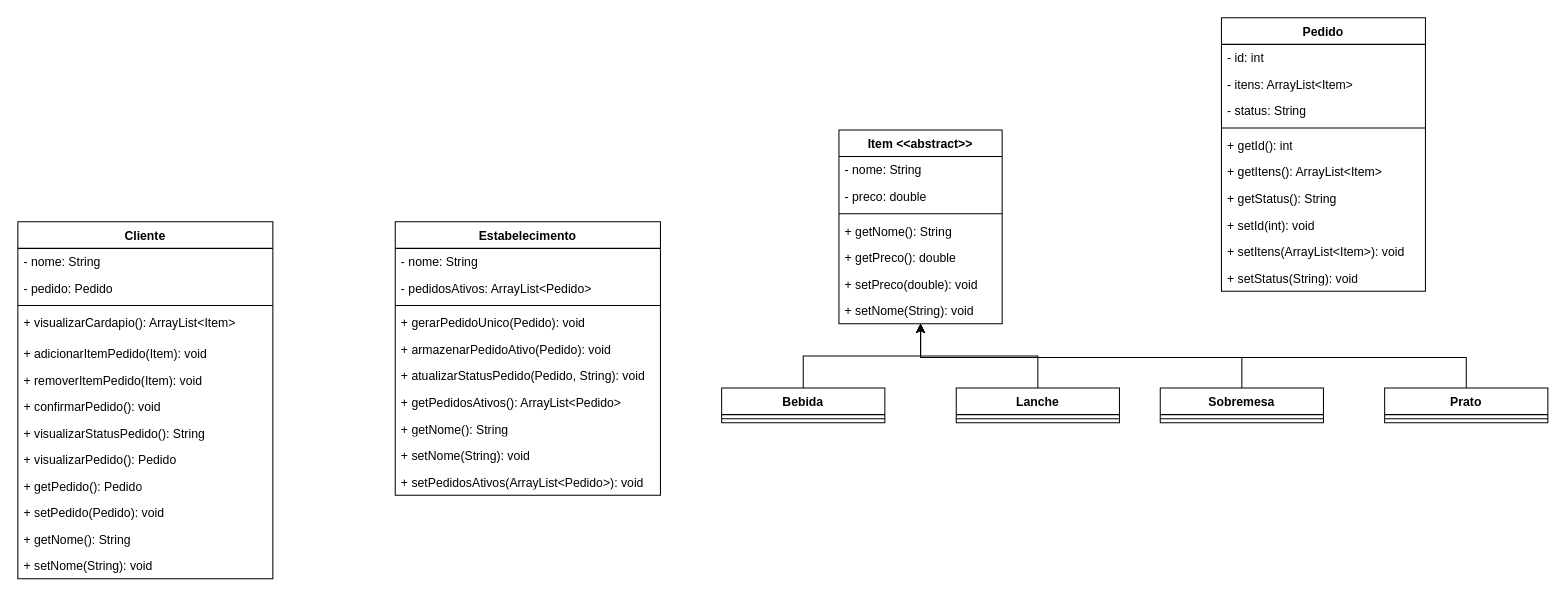
The draw.io diagram Diagrama de classes.drawio in Pedro-HK/trabalho-final-programacao1, before the edit. Source tidied: cells renumbered, new cells numbered last; positions are measured from the earlier drawing's top-left corner, leaving out a move shared by most shapes. Both pictures are drawn from the tidied source at 102%, with x=0, y=0 at pixel (17, 17).
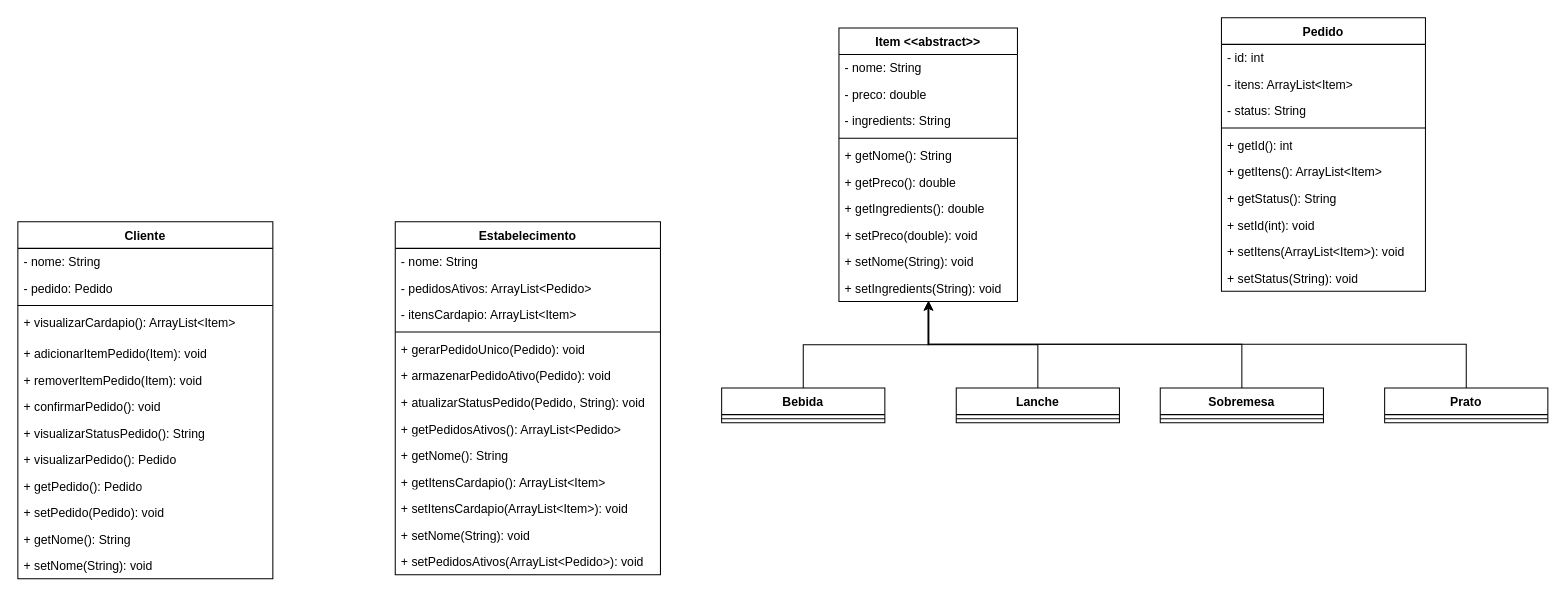
The same page after the edit.

Unchanged cells that the change refers to:
```xml
<mxCell id="53" value="Sobremesa" style="swimlane;fontStyle=1;align=center;verticalAlign=top;horizontal=1;startSize=26;whiteSpace=wrap;html=1;" parent="1" vertex="1">
  <mxGeometry x="1120" y="363" width="160" height="34" as="geometry" />
</mxCell>
<mxCell id="56" value="Prato" style="swimlane;fontStyle=1;align=center;verticalAlign=top;horizontal=1;startSize=26;whiteSpace=wrap;html=1;" parent="1" vertex="1">
  <mxGeometry x="1340" y="363" width="160" height="34" as="geometry" />
</mxCell>
```

The edit, as a diff of the source:
```diff
@@
     <mxCell id="16" value="Estabelecimento" style="swimlane;fontStyle=1;align=center;verticalAlign=top;horizontal=1;startSize=26;whiteSpace=wrap;html=1;" parent="1" vertex="1">
-      <mxGeometry x="370" y="200" width="260" height="268" as="geometry" />
+      <mxGeometry x="370" y="200" width="260" height="346" as="geometry" />
     </mxCell>
@@
+    <mxCell id="58" value="- itensCardapio: ArrayList&amp;lt;Item&amp;gt;" style="text;strokeColor=none;fillColor=none;align=left;verticalAlign=top;spacingLeft=4;spacingRight=4;overflow=hidden;whiteSpace=wrap;html=1;" parent="16" vertex="1">
+      <mxGeometry y="78" width="260" height="26" as="geometry" />
+    </mxCell>
     <mxCell id="19" style="line;strokeWidth=1;fillColor=none;align=left;verticalAlign=middle;spacingTop=-1;spacingLeft=3;spacingRight=3;labelPosition=right;strokeColor=inherit;" parent="16" vertex="1">
-      <mxGeometry y="78" width="260" height="8" as="geometry" />
+      <mxGeometry y="104" width="260" height="8" as="geometry" />
     </mxCell>
     <mxCell id="20" value="+ gerarPedidoUnico(Pedido): void" style="text;strokeColor=none;fillColor=none;align=left;verticalAlign=top;spacingLeft=4;spacingRight=4;overflow=hidden;whiteSpace=wrap;html=1;" parent="16" vertex="1">
-      <mxGeometry y="86" width="260" height="26" as="geometry" />
+      <mxGeometry y="112" width="260" height="26" as="geometry" />
     </mxCell>
     <mxCell id="21" value="+ armazenarPedidoAtivo(Pedido): void" style="text;strokeColor=none;fillColor=none;align=left;verticalAlign=top;spacingLeft=4;spacingRight=4;overflow=hidden;whiteSpace=wrap;html=1;" parent="16" vertex="1">
-      <mxGeometry y="112" width="260" height="26" as="geometry" />
+      <mxGeometry y="138" width="260" height="26" as="geometry" />
     </mxCell>
     <mxCell id="22" value="+ atualizarStatusPedido(Pedido, String): void" style="text;strokeColor=none;fillColor=none;align=left;verticalAlign=top;spacingLeft=4;spacingRight=4;overflow=hidden;whiteSpace=wrap;html=1;" parent="16" vertex="1">
-      <mxGeometry y="138" width="260" height="26" as="geometry" />
+      <mxGeometry y="164" width="260" height="26" as="geometry" />
     </mxCell>
     <mxCell id="23" value="+ getPedidosAtivos(): ArrayList&amp;lt;Pedido&amp;gt;" style="text;strokeColor=none;fillColor=none;align=left;verticalAlign=top;spacingLeft=4;spacingRight=4;overflow=hidden;whiteSpace=wrap;html=1;" parent="16" vertex="1">
-      <mxGeometry y="164" width="260" height="26" as="geometry" />
+      <mxGeometry y="190" width="260" height="26" as="geometry" />
     </mxCell>
+    <mxCell id="59" value="+ getNome(): String" style="text;strokeColor=none;fillColor=none;align=left;verticalAlign=top;spacingLeft=4;spacingRight=4;overflow=hidden;whiteSpace=wrap;html=1;" parent="16" vertex="1">
+      <mxGeometry y="216" width="260" height="26" as="geometry" />
+    </mxCell>
+    <mxCell id="60" value="+ getItensCardapio(): ArrayList&amp;lt;Item&amp;gt;" style="text;strokeColor=none;fillColor=none;align=left;verticalAlign=top;spacingLeft=4;spacingRight=4;overflow=hidden;whiteSpace=wrap;html=1;" parent="16" vertex="1">
+      <mxGeometry y="242" width="260" height="26" as="geometry" />
+    </mxCell>
-    <mxCell id="24" value="+ getNome(): String" style="text;strokeColor=none;fillColor=none;align=left;verticalAlign=top;spacingLeft=4;spacingRight=4;overflow=hidden;whiteSpace=wrap;html=1;" parent="16" vertex="1">
-      <mxGeometry y="190" width="260" height="26" as="geometry" />
+    <mxCell id="24" value="+ setItensCardapio(ArrayList&amp;lt;Item&amp;gt;): void" style="text;strokeColor=none;fillColor=none;align=left;verticalAlign=top;spacingLeft=4;spacingRight=4;overflow=hidden;whiteSpace=wrap;html=1;" parent="16" vertex="1">
+      <mxGeometry y="268" width="260" height="26" as="geometry" />
     </mxCell>
     <mxCell id="25" value="+ setNome(String): void" style="text;strokeColor=none;fillColor=none;align=left;verticalAlign=top;spacingLeft=4;spacingRight=4;overflow=hidden;whiteSpace=wrap;html=1;" parent="16" vertex="1">
-      <mxGeometry y="216" width="260" height="26" as="geometry" />
+      <mxGeometry y="294" width="260" height="26" as="geometry" />
     </mxCell>
     <mxCell id="26" value="+ setPedidosAtivos(ArrayList&amp;lt;Pedido&amp;gt;): void" style="text;strokeColor=none;fillColor=none;align=left;verticalAlign=top;spacingLeft=4;spacingRight=4;overflow=hidden;whiteSpace=wrap;html=1;" parent="16" vertex="1">
-      <mxGeometry y="242" width="260" height="26" as="geometry" />
+      <mxGeometry y="320" width="260" height="26" as="geometry" />
     </mxCell>
     <mxCell id="27" value="Item &amp;lt;&amp;lt;abstract&amp;gt;&amp;gt;" style="swimlane;fontStyle=1;align=center;verticalAlign=top;horizontal=1;startSize=26;whiteSpace=wrap;html=1;" parent="1" vertex="1">
-      <mxGeometry x="805" y="110" width="160" height="190" as="geometry" />
+      <mxGeometry x="805" y="10" width="175" height="268" as="geometry" />
     </mxCell>
     <mxCell id="28" value="- nome: String" style="text;strokeColor=none;fillColor=none;align=left;verticalAlign=top;spacingLeft=4;spacingRight=4;overflow=hidden;whiteSpace=wrap;html=1;" parent="27" vertex="1">
-      <mxGeometry y="26" width="160" height="26" as="geometry" />
+      <mxGeometry y="26" width="175" height="26" as="geometry" />
     </mxCell>
     <mxCell id="29" value="- preco: double" style="text;strokeColor=none;fillColor=none;align=left;verticalAlign=top;spacingLeft=4;spacingRight=4;overflow=hidden;whiteSpace=wrap;html=1;" parent="27" vertex="1">
-      <mxGeometry y="52" width="160" height="26" as="geometry" />
+      <mxGeometry y="52" width="175" height="26" as="geometry" />
     </mxCell>
+    <mxCell id="61" value="- ingredients: String" style="text;strokeColor=none;fillColor=none;align=left;verticalAlign=top;spacingLeft=4;spacingRight=4;overflow=hidden;whiteSpace=wrap;html=1;" parent="27" vertex="1">
+      <mxGeometry y="78" width="175" height="26" as="geometry" />
+    </mxCell>
     <mxCell id="30" style="line;strokeWidth=1;fillColor=none;align=left;verticalAlign=middle;spacingTop=-1;spacingLeft=3;spacingRight=3;labelPosition=right;strokeColor=inherit;" parent="27" vertex="1">
-      <mxGeometry y="78" width="160" height="8" as="geometry" />
+      <mxGeometry y="104" width="175" height="8" as="geometry" />
     </mxCell>
     <mxCell id="31" value="+ getNome(): String" style="text;strokeColor=none;fillColor=none;align=left;verticalAlign=top;spacingLeft=4;spacingRight=4;overflow=hidden;whiteSpace=wrap;html=1;" parent="27" vertex="1">
-      <mxGeometry y="86" width="160" height="26" as="geometry" />
+      <mxGeometry y="112" width="175" height="26" as="geometry" />
     </mxCell>
+    <mxCell id="62" value="+ getPreco(): double" style="text;strokeColor=none;fillColor=none;align=left;verticalAlign=top;spacingLeft=4;spacingRight=4;overflow=hidden;whiteSpace=wrap;html=1;" parent="27" vertex="1">
+      <mxGeometry y="138" width="175" height="26" as="geometry" />
+    </mxCell>
-    <mxCell id="32" value="+ getPreco(): double" style="text;strokeColor=none;fillColor=none;align=left;verticalAlign=top;spacingLeft=4;spacingRight=4;overflow=hidden;whiteSpace=wrap;html=1;" parent="27" vertex="1">
-      <mxGeometry y="112" width="160" height="26" as="geometry" />
+    <mxCell id="32" value="+ getIngredients(): double" style="text;strokeColor=none;fillColor=none;align=left;verticalAlign=top;spacingLeft=4;spacingRight=4;overflow=hidden;whiteSpace=wrap;html=1;" parent="27" vertex="1">
+      <mxGeometry y="164" width="175" height="26" as="geometry" />
     </mxCell>
     <mxCell id="33" value="+ setPreco(double): void" style="text;strokeColor=none;fillColor=none;align=left;verticalAlign=top;spacingLeft=4;spacingRight=4;overflow=hidden;whiteSpace=wrap;html=1;" parent="27" vertex="1">
-      <mxGeometry y="138" width="160" height="26" as="geometry" />
+      <mxGeometry y="190" width="175" height="26" as="geometry" />
     </mxCell>
+    <mxCell id="63" value="+ setNome(String): void" style="text;strokeColor=none;fillColor=none;align=left;verticalAlign=top;spacingLeft=4;spacingRight=4;overflow=hidden;whiteSpace=wrap;html=1;" parent="27" vertex="1">
+      <mxGeometry y="216" width="175" height="26" as="geometry" />
+    </mxCell>
-    <mxCell id="34" value="+ setNome(String): void" style="text;strokeColor=none;fillColor=none;align=left;verticalAlign=top;spacingLeft=4;spacingRight=4;overflow=hidden;whiteSpace=wrap;html=1;" parent="27" vertex="1">
-      <mxGeometry y="164" width="160" height="26" as="geometry" />
+    <mxCell id="34" value="+ setIngredients(String): void" style="text;strokeColor=none;fillColor=none;align=left;verticalAlign=top;spacingLeft=4;spacingRight=4;overflow=hidden;whiteSpace=wrap;html=1;" parent="27" vertex="1">
+      <mxGeometry y="242" width="175" height="26" as="geometry" />
     </mxCell>
@@
     <mxCell id="52" style="edgeStyle=orthogonalEdgeStyle;rounded=0;jettySize=auto;html=1;" parent="1" edge="1" source="53" target="27">
       <mxGeometry relative="1" as="geometry">
         <Array as="points">
-          <mxPoint x="1200" y="333" />
-          <mxPoint x="885" y="333" />
+          <mxPoint x="1200" y="320" />
+          <mxPoint x="893" y="320" />
         </Array>
       </mxGeometry>
     </mxCell>
@@
     <mxCell id="55" style="edgeStyle=orthogonalEdgeStyle;rounded=0;jettySize=auto;html=1;" parent="1" edge="1" source="56" target="27">
       <mxGeometry relative="1" as="geometry">
         <Array as="points">
-          <mxPoint x="1420" y="333" />
-          <mxPoint x="885" y="333" />
+          <mxPoint x="1420" y="320" />
+          <mxPoint x="893" y="320" />
         </Array>
       </mxGeometry>
     </mxCell>
```
